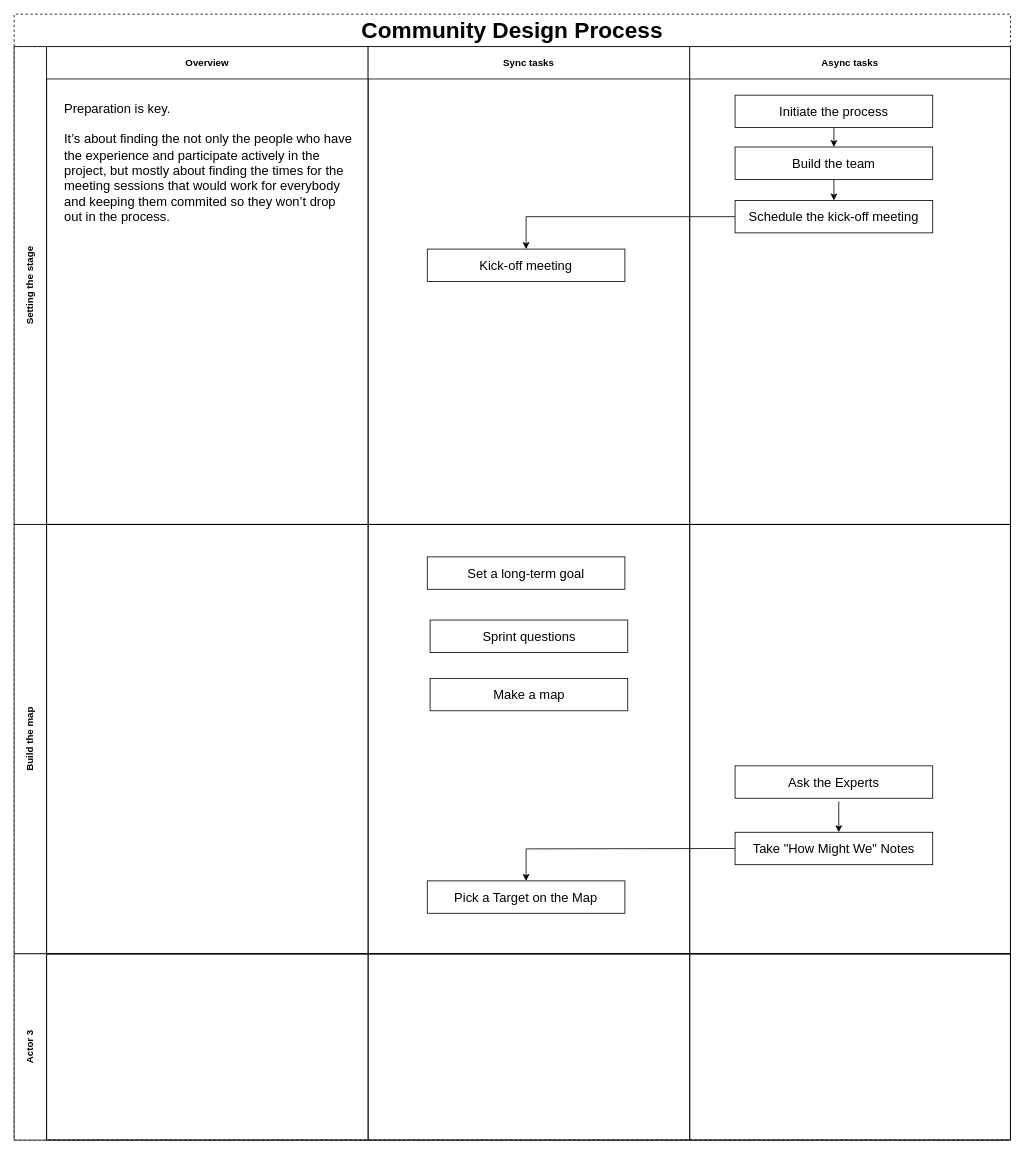
Earlier version of the draw.io diagram CommunityDesignProcess.drawio (nicksellen/community-design-process). Source tidied: cells renumbered, new cells numbered last; positions are measured from the earlier drawing's top-left corner, leaving out a move shared by most shapes. Both pictures are drawn from the tidied source at 81%, with x=0, y=0 at pixel (14, 14).
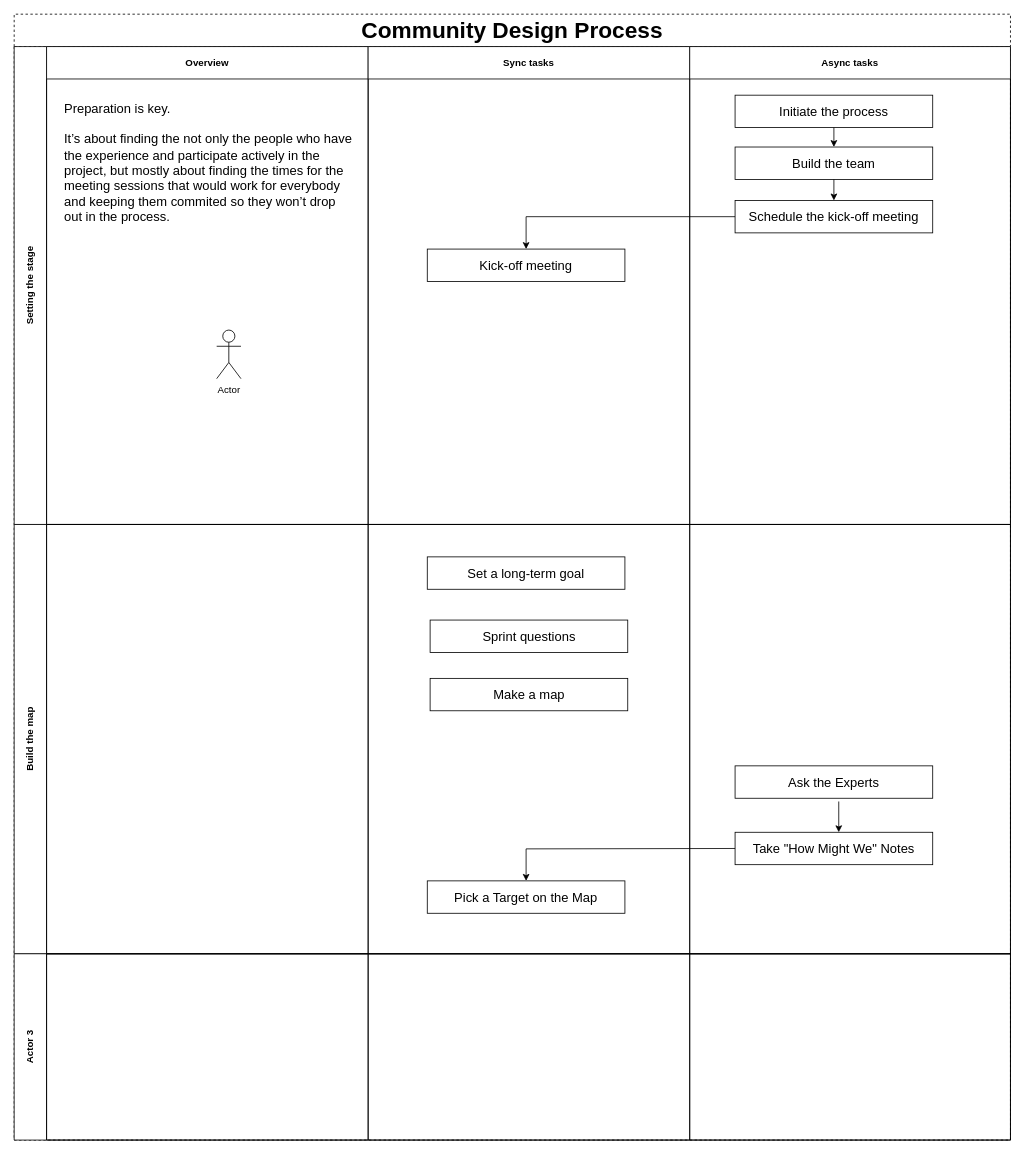
The same diagram, later.

Unchanged cells that the change refers to:
```xml
<mxCell id="4" value="Overview" style="swimlane;startSize=40;html=1;whiteSpace=wrap;" parent="3" vertex="1">
  <mxGeometry x="40" width="397" height="590" as="geometry" />
</mxCell>
```

The edit, as a diff of the source:
```diff
@@
+    <mxCell id="31" value="Actor" style="shape=umlActor;verticalLabelPosition=bottom;labelBackgroundColor=#ffffff;verticalAlign=top;html=1;" parent="4" vertex="1">
+      <mxGeometry x="210" y="350" width="30" height="60" as="geometry" />
+    </mxCell>
```
